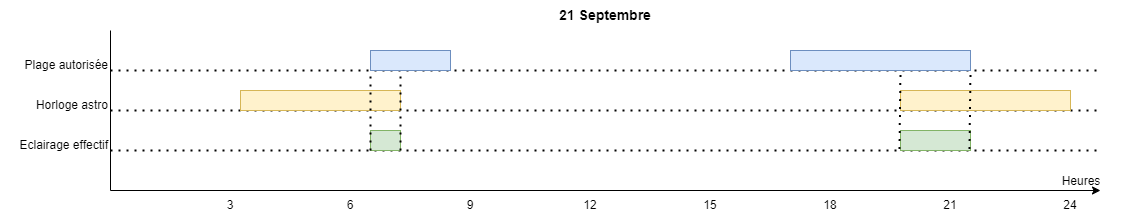
Above: res/eclairage_public-21-sept.drawio.png in sosandroid/EclairagePublic (draw.io), before the change. Source tidied: cells renumbered, new cells last; positions are measured from the earlier drawing's top-left corner, leaving out a move shared by most shapes.
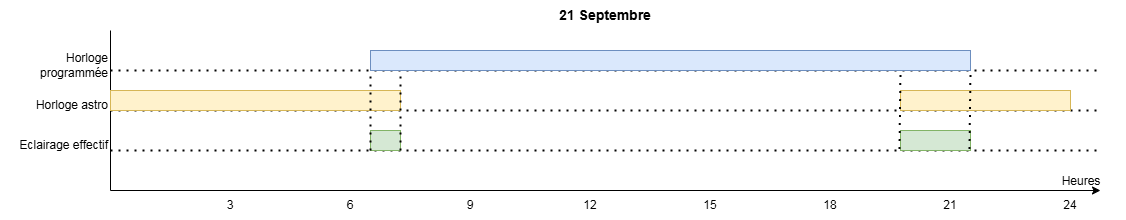
After the commit.

Diff of the diagram source:
```diff
@@ -56,14 +56,11 @@
         <mxPoint x="1100" y="150" as="targetPoint" />
       </mxGeometry>
     </mxCell>
-    <mxCell id="15" style="rounded=0;whiteSpace=wrap;html=1;fillColor=#dae8fc;strokeColor=#6c8ebf;" parent="1" vertex="1">
-      <mxGeometry x="370" y="50" width="80" height="20" as="geometry" />
-    </mxCell>
     <mxCell id="16" style="rounded=0;whiteSpace=wrap;html=1;fillColor=#dae8fc;strokeColor=#6c8ebf;" parent="1" vertex="1">
-      <mxGeometry x="790" y="50" width="180" height="20" as="geometry" />
+      <mxGeometry x="370" y="50" width="600" height="20" as="geometry" />
     </mxCell>
     <mxCell id="17" style="rounded=0;whiteSpace=wrap;html=1;fillColor=#fff2cc;strokeColor=#d6b656;" parent="1" vertex="1">
-      <mxGeometry x="240" y="90" width="160" height="20" as="geometry" />
+      <mxGeometry x="110" y="90" width="290" height="20" as="geometry" />
     </mxCell>
     <mxCell id="18" style="rounded=0;whiteSpace=wrap;html=1;fillColor=#fff2cc;strokeColor=#d6b656;" parent="1" vertex="1">
       <mxGeometry x="900" y="90" width="170" height="20" as="geometry" />
@@ -74,7 +71,7 @@
     <mxCell id="20" style="rounded=0;whiteSpace=wrap;html=1;fillColor=#d5e8d4;strokeColor=#82b366;" parent="1" vertex="1">
       <mxGeometry x="900" y="130" width="70" height="20" as="geometry" />
     </mxCell>
-    <mxCell id="21" value="Plage autorisée" style="text;html=1;align=right;verticalAlign=middle;whiteSpace=wrap;rounded=0;" parent="1" vertex="1">
+    <mxCell id="21" value="Horloge programmée" style="text;html=1;align=right;verticalAlign=middle;whiteSpace=wrap;rounded=0;" parent="1" vertex="1">
       <mxGeometry x="20" y="50" width="90" height="30" as="geometry" />
     </mxCell>
     <mxCell id="22" value="Heures" style="text;html=1;align=center;verticalAlign=middle;whiteSpace=wrap;rounded=0;" parent="1" vertex="1">
```
